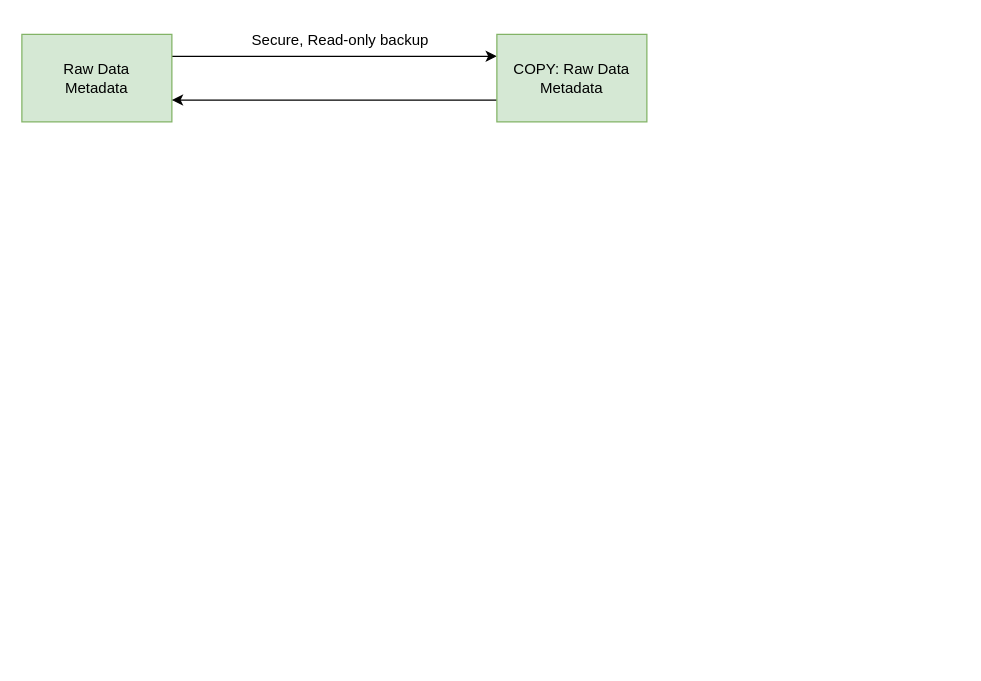
The draw.io diagram WorkFlowDiagram/WorkFlowDiagram.drawio in bankheak/Dolphins, before the edit. Source tidied: cells renumbered, new cells numbered last; positions are measured from the earlier drawing's top-left corner, leaving out a move shared by most shapes. Both pictures are drawn from the tidied source at 125%, with x=0, y=0 at pixel (21, 21).
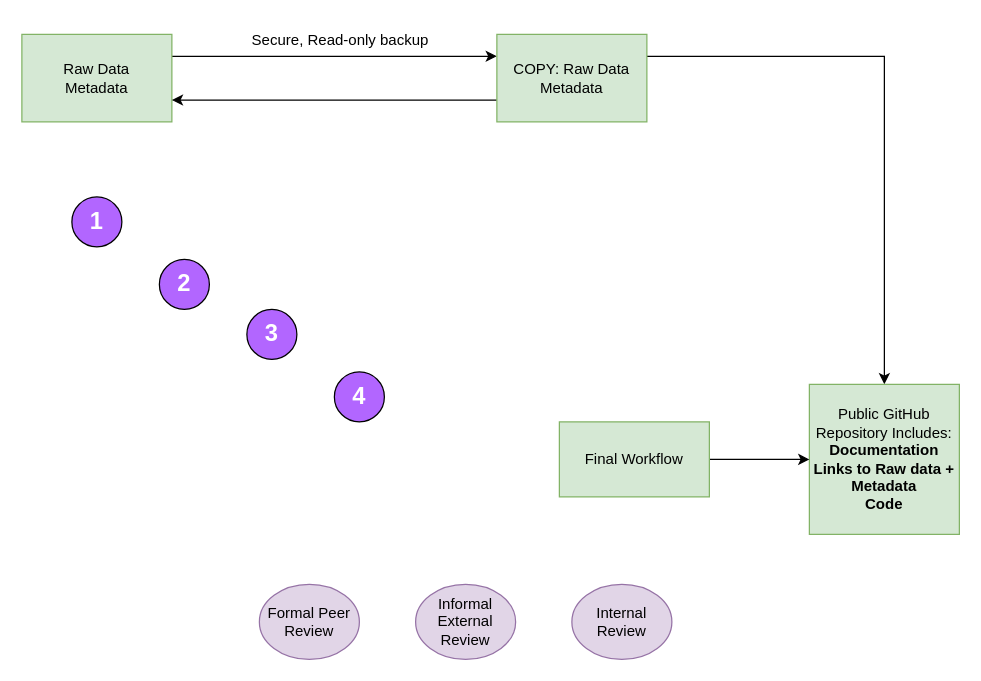
The same page after the edit.

The edit, as a diff of the source:
```diff
@@
 <mxGraphModel>
   <root>
     <mxCell id="0" />
     <mxCell id="1" parent="0" />
     <mxCell id="2" style="edgeStyle=orthogonalEdgeStyle;rounded=0;jettySize=auto;html=1;exitX=1;exitY=0.25;exitDx=0;exitDy=0;entryX=0;entryY=0.25;entryDx=0;entryDy=0;" parent="1" edge="1" source="3" target="5">
       <mxGeometry relative="1" as="geometry" />
     </mxCell>
     <mxCell id="3" value="Raw Data&lt;br&gt;Metadata" style="rounded=0;whiteSpace=wrap;html=1;fillColor=#d5e8d4;strokeColor=#82b366;" parent="1" vertex="1">
       <mxGeometry y="10" width="120" height="70" as="geometry" />
     </mxCell>
     <mxCell id="4" style="edgeStyle=orthogonalEdgeStyle;rounded=0;jettySize=auto;html=1;exitX=0;exitY=0.75;exitDx=0;exitDy=0;entryX=1;entryY=0.75;entryDx=0;entryDy=0;" parent="1" edge="1" source="5" target="3">
       <mxGeometry relative="1" as="geometry" />
     </mxCell>
+    <mxCell id="7" style="edgeStyle=orthogonalEdgeStyle;rounded=0;jettySize=auto;html=1;exitX=1;exitY=0.25;exitDx=0;exitDy=0;entryX=0.5;entryY=0;entryDx=0;entryDy=0;" parent="1" edge="1" source="5" target="8">
+      <mxGeometry relative="1" as="geometry" />
+    </mxCell>
     <mxCell id="5" value="COPY: Raw Data&lt;br&gt;Metadata" style="rounded=0;whiteSpace=wrap;html=1;strokeColor=#82b366;fillColor=#d5e8d4;" parent="1" vertex="1">
       <mxGeometry x="380" y="10" width="120" height="70" as="geometry" />
     </mxCell>
     <mxCell id="6" value="Secure, Read-only backup" style="text;html=1;strokeColor=none;fillColor=none;align=center;verticalAlign=middle;whiteSpace=wrap;rounded=0;" parent="1" vertex="1">
       <mxGeometry x="160" width="190" height="30" as="geometry" />
     </mxCell>
+    <mxCell id="8" value="Public GitHub Repository Includes:&lt;br&gt;&lt;b&gt;Documentation&lt;br&gt;Links to Raw data + Metadata&lt;br&gt;Code&lt;/b&gt;" style="rounded=0;whiteSpace=wrap;html=1;strokeColor=#82b366;fillColor=#d5e8d4;" parent="1" vertex="1">
+      <mxGeometry x="630" y="290" width="120" height="120" as="geometry" />
+    </mxCell>
+    <mxCell id="9" style="edgeStyle=orthogonalEdgeStyle;rounded=0;jettySize=auto;html=1;" parent="1" edge="1" source="10" target="8">
+      <mxGeometry relative="1" as="geometry" />
+    </mxCell>
+    <mxCell id="10" value="Final Workflow" style="rounded=0;whiteSpace=wrap;html=1;strokeColor=#82b366;fillColor=#d5e8d4;" parent="1" vertex="1">
+      <mxGeometry x="430" y="320" width="120" height="60" as="geometry" />
+    </mxCell>
+    <mxCell id="11" value="Internal Review" style="ellipse;whiteSpace=wrap;html=1;strokeColor=#9673a6;fillColor=#e1d5e7;" parent="1" vertex="1">
+      <mxGeometry x="440" y="450" width="80" height="60" as="geometry" />
+    </mxCell>
+    <mxCell id="12" value="Informal External Review" style="ellipse;whiteSpace=wrap;html=1;strokeColor=#9673a6;fillColor=#e1d5e7;" parent="1" vertex="1">
+      <mxGeometry x="315" y="450" width="80" height="60" as="geometry" />
+    </mxCell>
+    <mxCell id="13" value="Formal Peer Review" style="ellipse;whiteSpace=wrap;html=1;strokeColor=#9673a6;fillColor=#e1d5e7;" parent="1" vertex="1">
+      <mxGeometry x="190" y="450" width="80" height="60" as="geometry" />
+    </mxCell>
+    <mxCell id="14" value="&lt;font style=&quot;font-size: 19px;&quot; color=&quot;#ffffff&quot;&gt;1&lt;/font&gt;" style="ellipse;whiteSpace=wrap;html=1;strokeColor=#000000;fillColor=#B266FF;fontStyle=1;" parent="1" vertex="1">
+      <mxGeometry x="40" y="140" width="40" height="40" as="geometry" />
+    </mxCell>
+    <mxCell id="15" value="&lt;font style=&quot;font-size: 19px;&quot; color=&quot;#ffffff&quot;&gt;2&lt;/font&gt;" style="ellipse;whiteSpace=wrap;html=1;strokeColor=#000000;fillColor=#B266FF;fontStyle=1;" parent="1" vertex="1">
+      <mxGeometry x="110" y="190" width="40" height="40" as="geometry" />
+    </mxCell>
+    <mxCell id="16" value="&lt;font style=&quot;font-size: 19px;&quot; color=&quot;#ffffff&quot;&gt;3&lt;/font&gt;" style="ellipse;whiteSpace=wrap;html=1;strokeColor=#000000;fillColor=#B266FF;fontStyle=1;" parent="1" vertex="1">
+      <mxGeometry x="180" y="230" width="40" height="40" as="geometry" />
+    </mxCell>
+    <mxCell id="17" value="&lt;font style=&quot;font-size: 19px;&quot; color=&quot;#ffffff&quot;&gt;4&lt;/font&gt;" style="ellipse;whiteSpace=wrap;html=1;strokeColor=#000000;fillColor=#B266FF;fontStyle=1;" parent="1" vertex="1">
+      <mxGeometry x="250" y="280" width="40" height="40" as="geometry" />
+    </mxCell>
   </root>
 </mxGraphModel>
```
